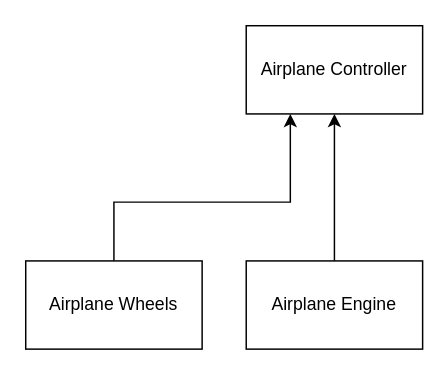
Before: Airplane_Engine_Component_Design.drawio in WagnerDavi/Airplane_Physics_Game, a draw.io diagram. Source tidied: cells renumbered, new cells numbered last; positions are measured from the earlier drawing's top-left corner, leaving out a move shared by most shapes. Both pictures are drawn from the tidied source at 147%, with x=0, y=0 at pixel (25, 25).
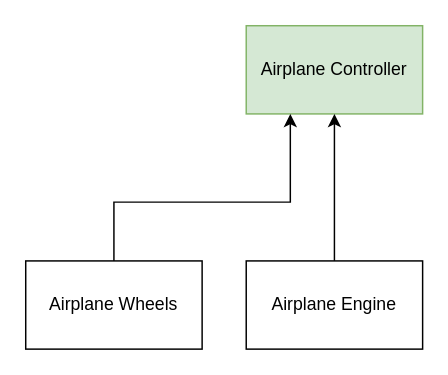
The same page after the edit.

Change to the diagram source:
```diff
@@
 <mxGraphModel>
   <root>
     <mxCell id="0" />
     <mxCell id="1" parent="0" />
-    <mxCell id="2" value="Airplane Controller" style="rounded=0;whiteSpace=wrap;html=1;" parent="1" vertex="1">
+    <mxCell id="2" value="Airplane Controller" style="rounded=0;whiteSpace=wrap;html=1;fillColor=#d5e8d4;strokeColor=#82b366;" parent="1" vertex="1">
       <mxGeometry x="150" width="120" height="60" as="geometry" />
     </mxCell>
     <mxCell id="3" style="edgeStyle=orthogonalEdgeStyle;rounded=0;jettySize=auto;html=1;" parent="1" edge="1" source="4" target="2">
       <mxGeometry relative="1" as="geometry" />
     </mxCell>
     <mxCell id="4" value="Airplane Engine" style="rounded=0;whiteSpace=wrap;html=1;" parent="1" vertex="1">
       <mxGeometry x="150" y="160" width="120" height="60" as="geometry" />
     </mxCell>
     <mxCell id="5" style="edgeStyle=orthogonalEdgeStyle;rounded=0;jettySize=auto;html=1;entryX=0.25;entryY=1;entryDx=0;entryDy=0;" parent="1" edge="1" source="6" target="2">
       <mxGeometry relative="1" as="geometry">
         <Array as="points">
           <mxPoint x="60" y="120" />
           <mxPoint x="180" y="120" />
         </Array>
       </mxGeometry>
     </mxCell>
     <mxCell id="6" value="Airplane Wheels" style="rounded=0;whiteSpace=wrap;html=1;" parent="1" vertex="1">
       <mxGeometry y="160" width="120" height="60" as="geometry" />
     </mxCell>
   </root>
 </mxGraphModel>
```
